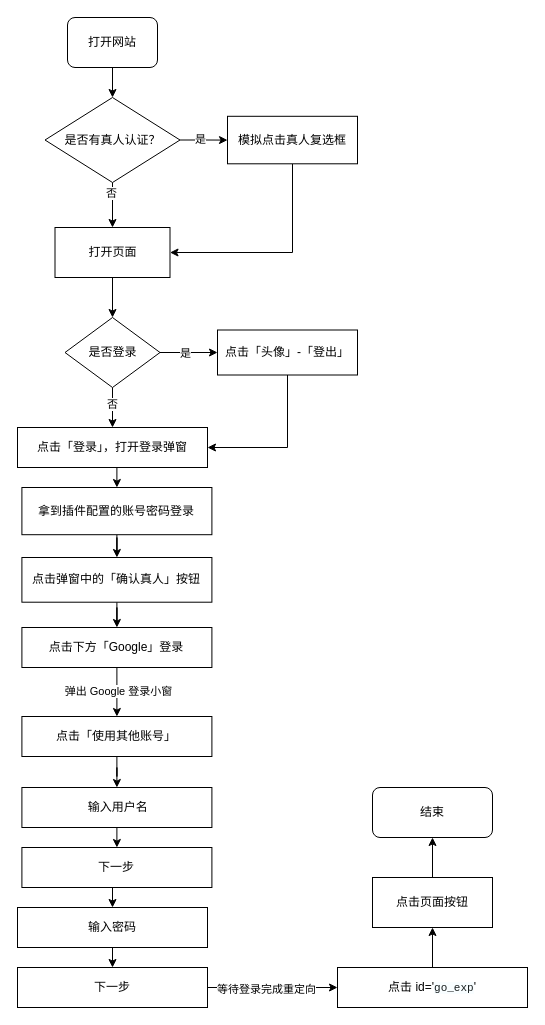
The draw.io diagram 自动操作插件需求分析.drawio in via008/Note, before the edit. Source tidied: cells renumbered, new cells numbered last; positions are measured from the earlier drawing's top-left corner, leaving out a move shared by most shapes. Both pictures are drawn from the tidied source at 100%, with x=0, y=0 at pixel (17, 17).
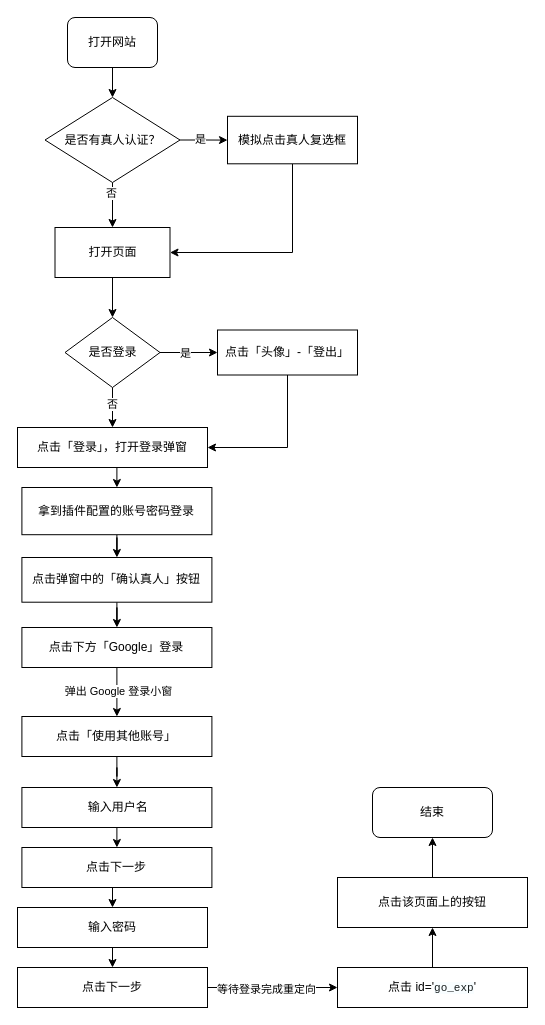
Above is the later version.

Commit message (it also covers changes not shown here):
更新自动操作插件需求分析.drawio

The edit, as a diff of the source:
```diff
@@
-    <mxCell id="34" value="下一步" style="whiteSpace=wrap;html=1;rounded=0;" parent="1" vertex="1">
+    <mxCell id="34" value="点击下一步" style="whiteSpace=wrap;html=1;rounded=0;" parent="1" vertex="1">
       <mxGeometry x="4.4" y="830" width="190" height="40" as="geometry" />
     </mxCell>
@@
-    <mxCell id="39" value="下一步" style="whiteSpace=wrap;html=1;rounded=0;" parent="1" vertex="1">
+    <mxCell id="39" value="点击下一步" style="whiteSpace=wrap;html=1;rounded=0;" parent="1" vertex="1">
       <mxGeometry y="950" width="190" height="40" as="geometry" />
     </mxCell>
@@
-    <mxCell id="43" value="点击页面按钮" style="whiteSpace=wrap;html=1;rounded=0;" parent="1" vertex="1">
-      <mxGeometry x="355" y="860" width="120" height="50" as="geometry" />
+    <mxCell id="43" value="点击该页面上的按钮" style="whiteSpace=wrap;html=1;rounded=0;" parent="1" vertex="1">
+      <mxGeometry x="320" y="860" width="190" height="50" as="geometry" />
     </mxCell>
```
